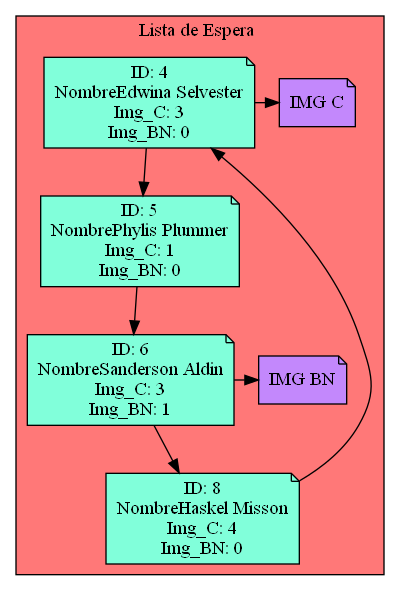
Serch-ING/EDD_UDRAWING_202000119 keeps this Graphviz diagram as Circular_Doble_espera.png. Above is the earlier version. Its source is kept beside it as Circular_Doble_espera.dot.
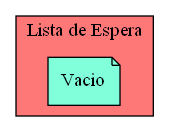
After the commit.

What changed in the source:
```diff
@@ -1,36 +1,8 @@
 digraph L {
 node[shape=note fillcolor="#A181FF" style =filled]
 subgraph cluster_p{
-    label= "Lista de Espera "
+    label= "Lista de Espera"
     bgcolor = "#FF7878"
-Nodo1201484275[label="ID: 4
-NombreEdwina Selvester
-Img_C: 3
-Img_BN: 0",fillcolor="#81FFDA"]
-Nodo306115458[label="ID: 5
-NombrePhylis Plummer
-Img_C: 1
-Img_BN: 0",fillcolor="#81FFDA"]
-Nodo369049246[label="ID: 6
-NombreSanderson Aldin
-Img_C: 3
-Img_BN: 1",fillcolor="#81FFDA"]
-Nodo1666607455[label="ID: 8
-NombreHaskel Misson
-Img_C: 4
-Img_BN: 0",fillcolor="#81FFDA"]
+Nodo1008925772[label="Vacio",fillcolor="#81FFDA"]
 
-Nodo1201484275 -> Nodo306115458
-Nodo1201484275->Nodo120148427511111
-Nodo120148427511111[label="IMG C",fillcolor="#C388FC"]
-{rank=same;Nodo1201484275,Nodo120148427511111}
-Nodo306115458 -> Nodo369049246
-
-{rank=same;Nodo306115458}
-Nodo369049246 -> Nodo1666607455
-Nodo369049246->Nodo36904924600001
-Nodo36904924600001[label="IMG BN",fillcolor="#C388FC"]
-{rank=same;Nodo369049246,Nodo36904924600001}
-Nodo1666607455 -> Nodo1201484275
-
-{rank=same;Nodo1666607455}}}
+}}
```
